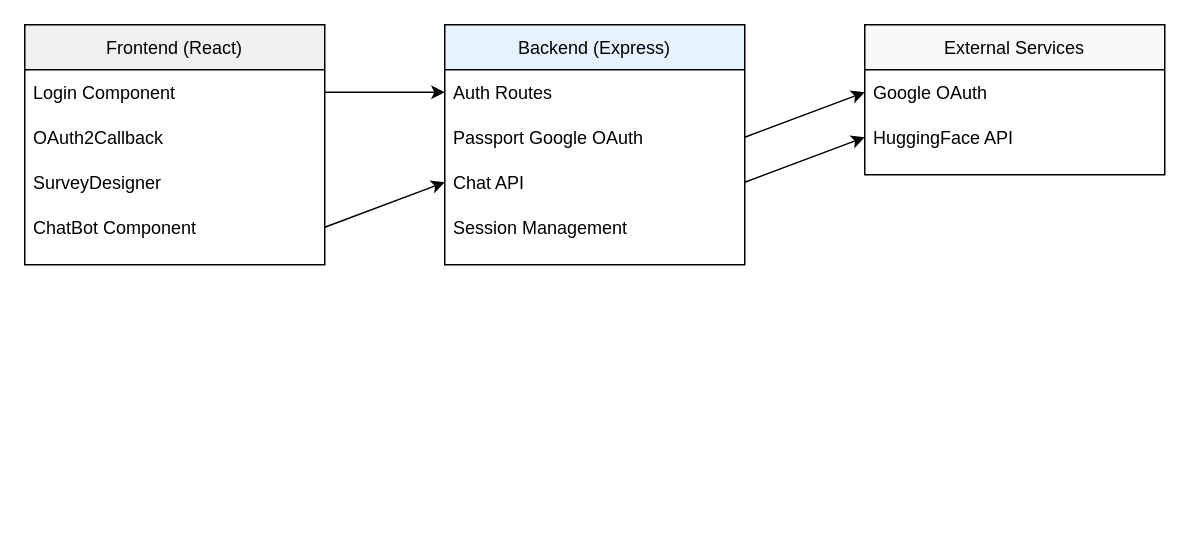
Above: docs/diagrams/system-architecture.drawio in vivekraina2023/SurveyApp (draw.io), before the change. Source tidied: cells renumbered, new cells numbered last; positions are measured from the earlier drawing's top-left corner, leaving out a move shared by most shapes. Both pictures are drawn from the tidied source at 150%, with x=0, y=0 at pixel (24, 24).
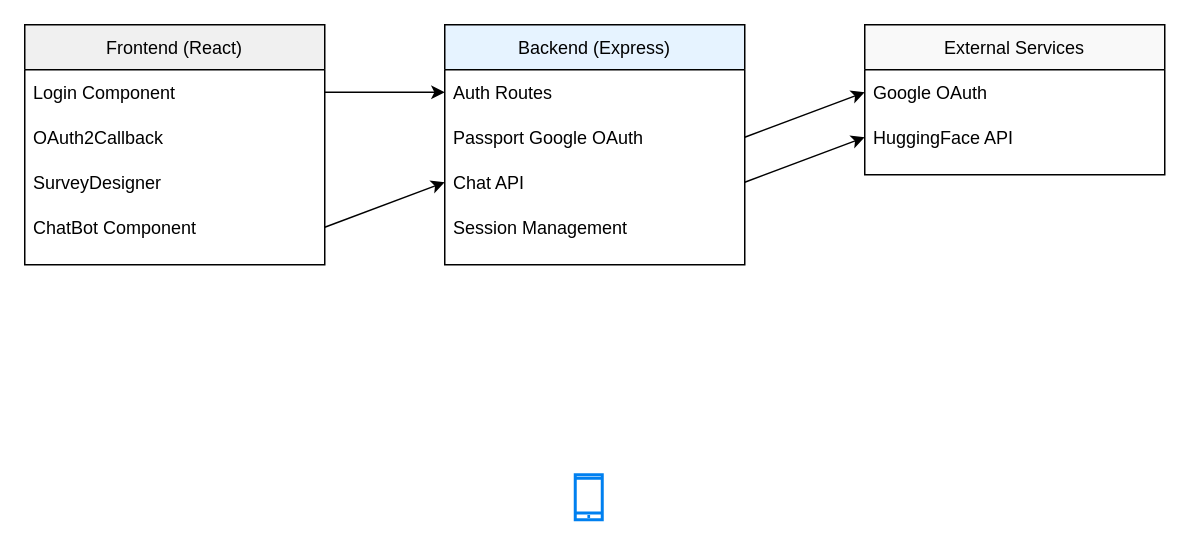
The same diagram, later.

Change to the diagram source:
```diff
@@
 <mxGraphModel>
   <root>
     <mxCell id="0" />
     <mxCell id="1" parent="0" />
     <mxCell id="2" value="Frontend (React)" style="swimlane;fontStyle=0;horizontal=1;startSize=30;fillColor=#f0f0f0;" parent="1" vertex="1">
       <mxGeometry width="200" height="160" as="geometry" />
     </mxCell>
     <mxCell id="3" value="Login Component" style="text;strokeColor=none;fillColor=none;align=left;verticalAlign=middle;spacingLeft=4;spacingRight=4;overflow=hidden;points=[[0,0.5],[1,0.5]];portConstraint=eastwest;" parent="2" vertex="1">
       <mxGeometry y="30" width="200" height="30" as="geometry" />
     </mxCell>
     <mxCell id="4" value="OAuth2Callback" style="text;strokeColor=none;fillColor=none;align=left;verticalAlign=middle;spacingLeft=4;spacingRight=4;overflow=hidden;" parent="2" vertex="1">
       <mxGeometry y="60" width="200" height="30" as="geometry" />
     </mxCell>
     <mxCell id="5" value="SurveyDesigner" style="text;strokeColor=none;fillColor=none;align=left;verticalAlign=middle;spacingLeft=4;spacingRight=4;overflow=hidden;" parent="2" vertex="1">
       <mxGeometry y="90" width="200" height="30" as="geometry" />
     </mxCell>
     <mxCell id="6" value="ChatBot Component" style="text;strokeColor=none;fillColor=none;align=left;verticalAlign=middle;spacingLeft=4;spacingRight=4;overflow=hidden;points=[[0,0.5],[1,0.5]];portConstraint=eastwest;" parent="2" vertex="1">
       <mxGeometry y="120" width="200" height="30" as="geometry" />
     </mxCell>
     <mxCell id="7" value="Backend (Express)" style="swimlane;fontStyle=0;horizontal=1;startSize=30;fillColor=#e6f3ff;" parent="1" vertex="1">
       <mxGeometry x="280" width="200" height="160" as="geometry" />
     </mxCell>
     <mxCell id="8" value="Auth Routes" style="text;strokeColor=none;fillColor=none;align=left;verticalAlign=middle;spacingLeft=4;spacingRight=4;overflow=hidden;points=[[0,0.5],[1,0.5]];portConstraint=eastwest;" parent="7" vertex="1">
       <mxGeometry y="30" width="200" height="30" as="geometry" />
     </mxCell>
     <mxCell id="9" value="Passport Google OAuth" style="text;strokeColor=none;fillColor=none;align=left;verticalAlign=middle;spacingLeft=4;spacingRight=4;overflow=hidden;points=[[0,0.5],[1,0.5]];portConstraint=eastwest;" parent="7" vertex="1">
       <mxGeometry y="60" width="200" height="30" as="geometry" />
     </mxCell>
     <mxCell id="10" value="Chat API" style="text;strokeColor=none;fillColor=none;align=left;verticalAlign=middle;spacingLeft=4;spacingRight=4;overflow=hidden;points=[[0,0.5],[1,0.5]];portConstraint=eastwest;" parent="7" vertex="1">
       <mxGeometry y="90" width="200" height="30" as="geometry" />
     </mxCell>
     <mxCell id="11" value="Session Management" style="text;strokeColor=none;fillColor=none;align=left;verticalAlign=middle;spacingLeft=4;spacingRight=4;overflow=hidden;" parent="7" vertex="1">
       <mxGeometry y="120" width="200" height="30" as="geometry" />
     </mxCell>
     <mxCell id="12" value="External Services" style="swimlane;fontStyle=0;horizontal=1;startSize=30;fillColor=#f9f9f9;" parent="1" vertex="1">
       <mxGeometry x="560" width="200" height="100" as="geometry" />
     </mxCell>
     <mxCell id="13" value="Google OAuth" style="text;strokeColor=none;fillColor=none;align=left;verticalAlign=middle;spacingLeft=4;spacingRight=4;overflow=hidden;points=[[0,0.5],[1,0.5]];portConstraint=eastwest;" parent="12" vertex="1">
       <mxGeometry y="30" width="200" height="30" as="geometry" />
     </mxCell>
     <mxCell id="14" value="HuggingFace API" style="text;strokeColor=none;fillColor=none;align=left;verticalAlign=middle;spacingLeft=4;spacingRight=4;overflow=hidden;points=[[0,0.5],[1,0.5]];portConstraint=eastwest;" parent="12" vertex="1">
       <mxGeometry y="60" width="200" height="30" as="geometry" />
     </mxCell>
     <mxCell id="15" style="endArrow=classic;html=1;exitX=1;exitY=0.5;exitDx=0;exitDy=0;entryX=0;entryY=0.5;entryDx=0;entryDy=0;" parent="1" edge="1" source="3" target="8">
       <mxGeometry relative="1" as="geometry" />
     </mxCell>
     <mxCell id="16" style="endArrow=classic;html=1;exitX=1;exitY=0.5;exitDx=0;exitDy=0;entryX=0;entryY=0.5;entryDx=0;entryDy=0;" parent="1" edge="1" source="6" target="10">
       <mxGeometry relative="1" as="geometry" />
     </mxCell>
     <mxCell id="17" style="endArrow=classic;html=1;exitX=1;exitY=0.5;exitDx=0;exitDy=0;entryX=0;entryY=0.5;entryDx=0;entryDy=0;" parent="1" edge="1" source="9" target="13">
       <mxGeometry relative="1" as="geometry" />
     </mxCell>
     <mxCell id="18" style="endArrow=classic;html=1;exitX=1;exitY=0.5;exitDx=0;exitDy=0;entryX=0;entryY=0.5;entryDx=0;entryDy=0;" parent="1" edge="1" source="10" target="14">
       <mxGeometry relative="1" as="geometry" />
     </mxCell>
+    <mxCell id="19" style="html=1;verticalLabelPosition=bottom;align=center;labelBackgroundColor=#ffffff;verticalAlign=top;strokeWidth=2;strokeColor=#0080F0;shadow=0;dashed=0;shape=mxgraph.ios7.icons.smartphone;" parent="1" vertex="1">
+      <mxGeometry x="367" y="300" width="18" height="30" as="geometry" />
+    </mxCell>
   </root>
 </mxGraphModel>
```
